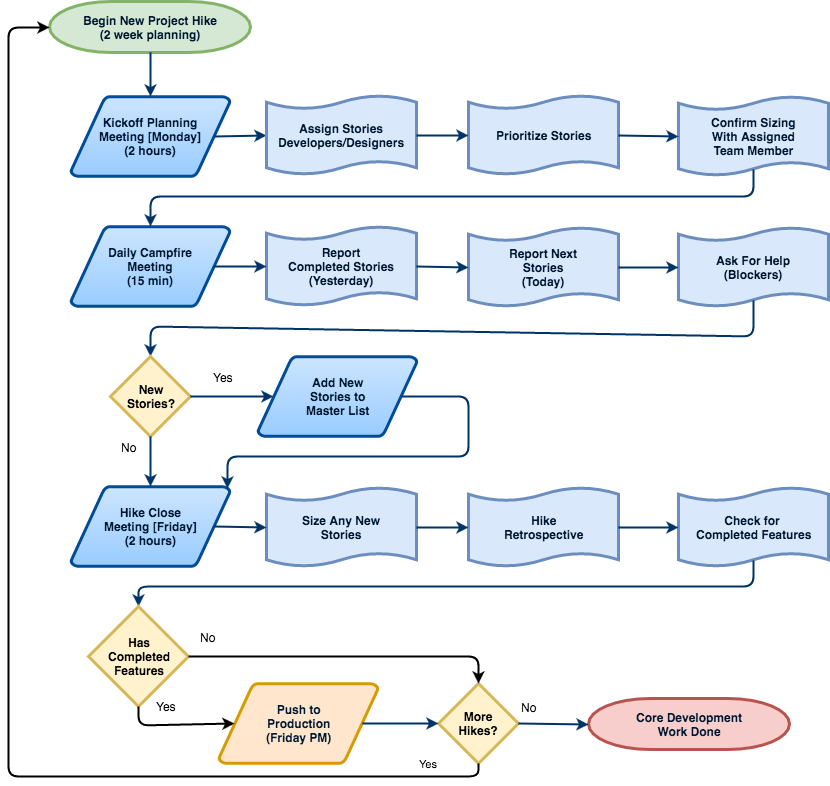
inigo-llc/guides keeps this draw.io diagram as software-development-lifecycle/phase-4.png. Above is the earlier version. Source tidied: cells renumbered, new cells last; positions are measured from the earlier drawing's top-left corner, leaving out a move shared by most shapes.
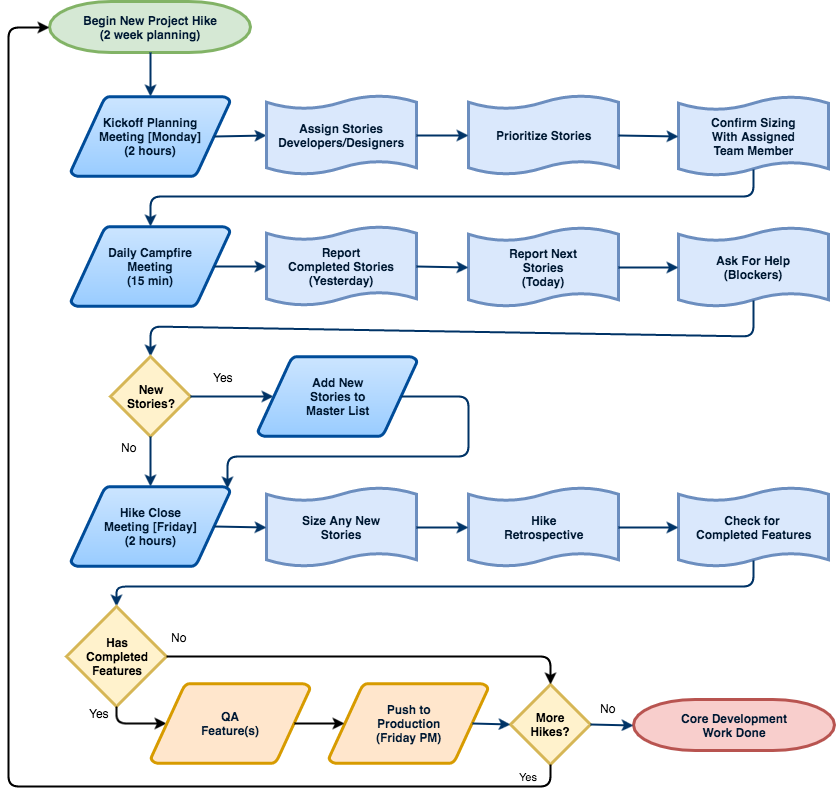
After the change.

Commit message:
Update daily task to include meeting text Updated developer roles and added project manager role Added QA to phase 4

Change to the diagram source:
```diff
@@ -88,38 +88,38 @@
       <mxGeometry x="51" y="327.7" as="geometry" />
     </mxCell>
     <mxCell id="27" value="Push to&lt;br&gt;Production&lt;br&gt;(Friday PM)" style="shape=mxgraph.flowchart.data;fillColor=#ffe6cc;strokeColor=#d79b00;strokeWidth=3;gradientDirection=north;fontColor=#001933;fontStyle=1;html=1;" parent="1" vertex="1">
-      <mxGeometry x="210.5" y="682" width="159" height="80" as="geometry" />
+      <mxGeometry x="320.5" y="682" width="159" height="80" as="geometry" />
     </mxCell>
     <mxCell id="28" style="fontColor=#001933;fontStyle=1;strokeColor=#003366;strokeWidth=2;html=1;entryX=0.5;entryY=0;exitX=0.5;exitY=0.91;exitPerimeter=0;" parent="1" edge="1" source="23" target="42">
       <mxGeometry x="21" y="580.7" as="geometry">
         <Array as="points">
           <mxPoint x="745" y="585" />
-          <mxPoint x="130" y="585" />
+          <mxPoint x="108" y="585" />
         </Array>
       </mxGeometry>
     </mxCell>
     <mxCell id="29" value="Core Development&lt;br&gt;Work Done" style="shape=mxgraph.flowchart.terminator;fillColor=#f8cecc;strokeColor=#b85450;strokeWidth=3;gradientDirection=north;fontColor=#001933;fontStyle=1;html=1;" parent="1" vertex="1">
-      <mxGeometry x="580" y="697" width="201" height="51" as="geometry" />
+      <mxGeometry x="625" y="698" width="201" height="51" as="geometry" />
     </mxCell>
     <mxCell id="30" value="More&lt;br&gt;Hikes?" style="rhombus;whiteSpace=wrap;html=1;strokeWidth=3;fillColor=#fff2cc;strokeColor=#d6b656;fontStyle=1;" parent="1" vertex="1">
-      <mxGeometry x="430" y="682" width="80" height="80" as="geometry" />
+      <mxGeometry x="502" y="683" width="80" height="80" as="geometry" />
     </mxCell>
     <mxCell id="31" style="fontColor=#001933;fontStyle=1;strokeColor=#003366;strokeWidth=2;html=1;entryX=0;entryY=0.5;exitX=0.905;exitY=0.5;exitPerimeter=0;" parent="1" edge="1" source="27" target="30">
       <mxGeometry x="41" y="314.7" as="geometry" />
     </mxCell>
     <mxCell id="32" style="fontColor=#001933;fontStyle=1;strokeColor=#003366;strokeWidth=2;html=1;exitX=1;exitY=0.5;entryX=0;entryY=0.5;entryPerimeter=0;" parent="1" edge="1" source="30" target="29">
-      <mxGeometry x="51" y="327.7" as="geometry" />
+      <mxGeometry x="116" y="328.7" as="geometry" />
     </mxCell>
     <mxCell id="33" value="No" style="text;html=1;align=center;verticalAlign=middle;labelBackgroundColor=#ffffff;" parent="32" vertex="1">
       <mxGeometry relative="1" as="geometry">
-        <mxPoint x="-25" y="-17" as="offset" />
+        <mxPoint x="-5" y="-17" as="offset" />
       </mxGeometry>
     </mxCell>
     <mxCell id="34" value="Yes" style="endArrow=classic;html=1;strokeColor=#000000;strokeWidth=2;endSize=6;startSize=6;entryX=0;entryY=0.5;entryPerimeter=0;exitX=0.5;exitY=1;" parent="1" edge="1" source="30" target="2">
-      <mxGeometry x="-0.9" y="-13" relative="1" as="geometry">
+      <mxGeometry x="-0.94" y="-10" relative="1" as="geometry">
         <Array as="points">
-          <mxPoint x="470" y="775" />
-          <mxPoint y="775" />
+          <mxPoint x="542" y="785" />
+          <mxPoint y="785" />
           <mxPoint y="26" />
         </Array>
       </mxGeometry>
@@ -156,31 +156,37 @@
       </mxGeometry>
     </mxCell>
     <mxCell id="42" value="Has&lt;br&gt;Completed&lt;br&gt;Features" style="rhombus;whiteSpace=wrap;html=1;strokeWidth=3;fillColor=#fff2cc;strokeColor=#d6b656;fontStyle=1;" parent="1" vertex="1">
-      <mxGeometry x="80" y="605" width="100" height="100" as="geometry" />
+      <mxGeometry x="58" y="605" width="100" height="100" as="geometry" />
     </mxCell>
-    <mxCell id="43" style="endArrow=classic;html=1;strokeColor=#000000;strokeWidth=2;entryX=0.095;entryY=0.5;entryPerimeter=0;exitX=0.5;exitY=1;" parent="1" edge="1" source="42" target="27">
+    <mxCell id="43" style="endArrow=classic;html=1;strokeColor=#000000;strokeWidth=2;exitX=0.5;exitY=1;entryX=0.095;entryY=0.5;entryPerimeter=0;" parent="1" edge="1" source="42" target="47">
       <mxGeometry relative="1" as="geometry">
         <Array as="points">
-          <mxPoint x="130" y="724" />
+          <mxPoint x="108" y="722" />
         </Array>
       </mxGeometry>
     </mxCell>
     <mxCell id="44" value="Yes" style="text;html=1;align=center;verticalAlign=middle;labelBackgroundColor=#ffffff;" parent="43" vertex="1">
       <mxGeometry x="-0.66" y="-3" relative="1" as="geometry">
-        <mxPoint x="26" y="-22" as="offset" />
+        <mxPoint x="-15" y="-5" as="offset" />
       </mxGeometry>
     </mxCell>
     <mxCell id="45" style="endArrow=classic;html=1;strokeColor=#000000;strokeWidth=2;entryX=0.5;entryY=0;exitX=1;exitY=0.5;" parent="1" edge="1" source="42" target="30">
       <mxGeometry relative="1" as="geometry">
         <Array as="points">
-          <mxPoint x="470" y="655" />
+          <mxPoint x="542" y="655" />
         </Array>
       </mxGeometry>
     </mxCell>
     <mxCell id="46" value="No" style="text;html=1;align=center;verticalAlign=middle;labelBackgroundColor=#ffffff;" parent="45" vertex="1">
       <mxGeometry x="0.12" y="-2" relative="1" as="geometry">
-        <mxPoint x="-158" y="-22" as="offset" />
+        <mxPoint x="-218" y="-22" as="offset" />
       </mxGeometry>
     </mxCell>
+    <mxCell id="47" value="QA&lt;br&gt;Feature(s)" style="shape=mxgraph.flowchart.data;fillColor=#ffe6cc;strokeColor=#d79b00;strokeWidth=3;gradientDirection=north;fontColor=#001933;fontStyle=1;html=1;" parent="1" vertex="1">
+      <mxGeometry x="142.5" y="682" width="159" height="80" as="geometry" />
+    </mxCell>
+    <mxCell id="48" style="endArrow=classic;html=1;strokeColor=#000000;strokeWidth=2;exitX=0.905;exitY=0.5;exitPerimeter=0;entryX=0.095;entryY=0.5;entryPerimeter=0;" parent="1" edge="1" source="47" target="27">
+      <mxGeometry relative="1" as="geometry" />
+    </mxCell>
   </root>
 </mxGraphModel>
```
